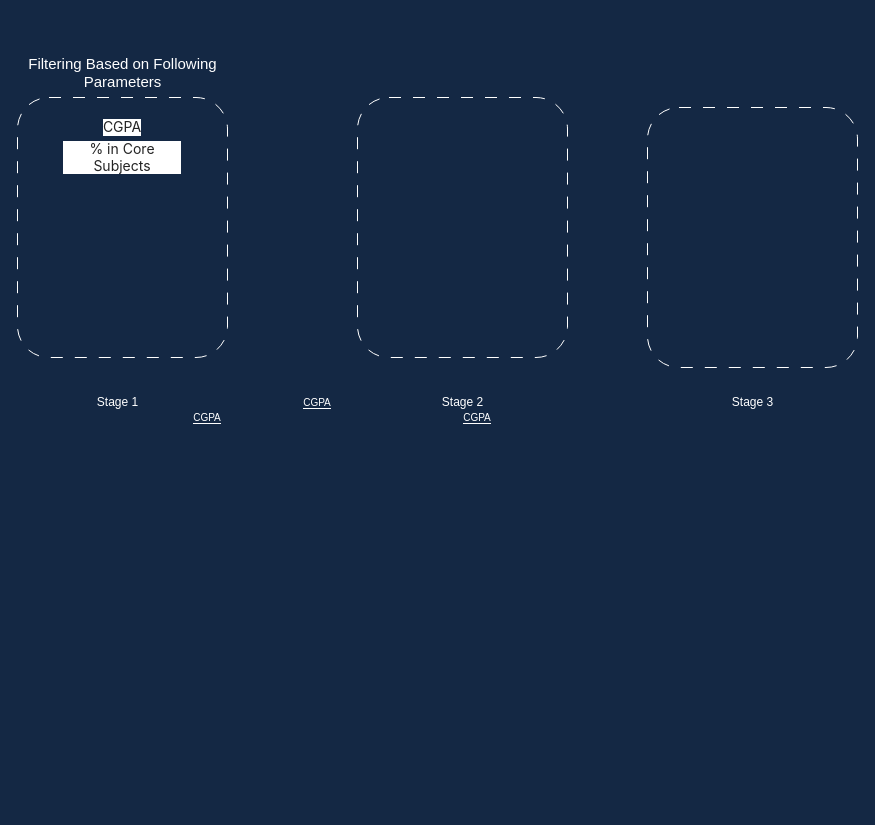
Before: Hiring.drawio in Ravikumar10593-hub/Draw.io, a draw.io diagram. Source tidied: cells renumbered, new cells numbered last; positions are measured from the earlier drawing's top-left corner, leaving out a move shared by most shapes. Both pictures are drawn from the tidied source at 100%, with x=0, y=0 at pixel (17, 47).
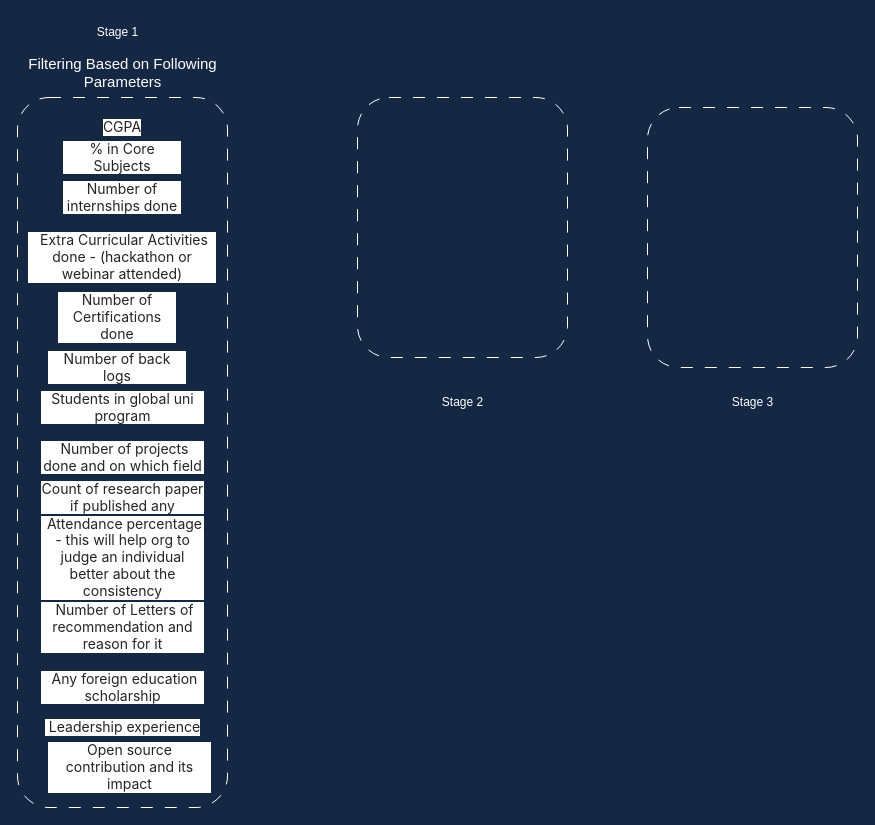
The same page after the edit.

What changed in the source:
```diff
@@
     <mxCell id="2" style="rounded=1;whiteSpace=wrap;html=1;fillColor=none;dashed=1;dashPattern=12 12;strokeColor=#FFFFFF;" parent="1" vertex="1">
-      <mxGeometry y="50" width="210" height="260" as="geometry" />
+      <mxGeometry y="50" width="210" height="710" as="geometry" />
     </mxCell>
@@
     <mxCell id="5" value="&lt;font color=&quot;#ffffff&quot;&gt;Stage 1&lt;/font&gt;" style="text;html=1;align=center;verticalAlign=middle;strokeColor=none;fillColor=none;" parent="1" vertex="1">
-      <mxGeometry x="70" y="340" width="60" height="30" as="geometry" />
+      <mxGeometry x="70" y="-30" width="60" height="30" as="geometry" />
     </mxCell>
@@
-    <mxCell id="10" value="&lt;span style=&quot;background-color: rgb(20, 40, 68);&quot;&gt;CGPA&lt;/span&gt;" style="rounded=1;whiteSpace=wrap;html=1;dashed=1;dashPattern=12 12;labelBackgroundColor=#FFFFFF;strokeColor=none;fontSize=10;fontColor=#FFFFFF;fillColor=none;" parent="1" vertex="1">
-      <mxGeometry x="240" y="325" width="120" height="60" as="geometry" />
-    </mxCell>
-    <mxCell id="11" value="&lt;span style=&quot;background-color: rgb(20, 40, 68);&quot;&gt;CGPA&lt;/span&gt;" style="rounded=1;whiteSpace=wrap;html=1;dashed=1;dashPattern=12 12;labelBackgroundColor=#FFFFFF;strokeColor=none;fontSize=10;fontColor=#FFFFFF;fillColor=none;" parent="1" vertex="1">
-      <mxGeometry x="400" y="340" width="120" height="60" as="geometry" />
-    </mxCell>
-    <mxCell id="12" value="&lt;span style=&quot;background-color: rgb(20, 40, 68);&quot;&gt;CGPA&lt;/span&gt;" style="rounded=1;whiteSpace=wrap;html=1;dashed=1;dashPattern=12 12;labelBackgroundColor=#FFFFFF;strokeColor=none;fontSize=10;fontColor=#FFFFFF;fillColor=none;" parent="1" vertex="1">
-      <mxGeometry x="130" y="340" width="120" height="60" as="geometry" />
-    </mxCell>
@@
+    <mxCell id="14" value="&lt;span style=&quot;color: rgb(36, 36, 36); font-family: -apple-system, BlinkMacSystemFont, &amp;quot;Segoe UI&amp;quot;, system-ui, &amp;quot;Apple Color Emoji&amp;quot;, &amp;quot;Segoe UI Emoji&amp;quot;, &amp;quot;Segoe UI Web&amp;quot;, sans-serif; font-size: 14px; text-align: start;&quot;&gt;Open source contribution and its impact&lt;/span&gt;" style="rounded=1;whiteSpace=wrap;html=1;dashed=1;dashPattern=12 12;labelBackgroundColor=#FFFFFF;strokeColor=none;fontSize=10;fontColor=#FFFFFF;fillColor=none;" parent="1" vertex="1">
+      <mxGeometry x="30" y="690" width="165" height="60" as="geometry" />
+    </mxCell>
+    <mxCell id="15" value="&lt;span style=&quot;text-align: start;&quot;&gt;&lt;font face=&quot;-apple-system, BlinkMacSystemFont, Segoe UI, system-ui, Apple Color Emoji, Segoe UI Emoji, Segoe UI Web, sans-serif&quot; color=&quot;#242424&quot;&gt;&lt;span style=&quot;font-size: 14px;&quot;&gt;&amp;nbsp;Extra Curricular&amp;nbsp;Activities done - (hackathon or webinar attended)&lt;/span&gt;&lt;/font&gt;&lt;/span&gt;" style="rounded=1;whiteSpace=wrap;html=1;dashed=1;dashPattern=12 12;labelBackgroundColor=#FFFFFF;strokeColor=none;fontSize=10;fontColor=#FFFFFF;fillColor=none;" parent="1" vertex="1">
+      <mxGeometry x="10" y="180" width="190" height="60" as="geometry" />
+    </mxCell>
+    <mxCell id="16" value="&lt;span style=&quot;color: rgb(36, 36, 36); font-family: -apple-system, BlinkMacSystemFont, &amp;quot;Segoe UI&amp;quot;, system-ui, &amp;quot;Apple Color Emoji&amp;quot;, &amp;quot;Segoe UI Emoji&amp;quot;, &amp;quot;Segoe UI Web&amp;quot;, sans-serif; font-size: 14px; text-align: start;&quot;&gt;Number of internships done&lt;/span&gt;" style="rounded=1;whiteSpace=wrap;html=1;dashed=1;dashPattern=12 12;labelBackgroundColor=#FFFFFF;strokeColor=none;fontSize=10;fontColor=#FFFFFF;fillColor=none;" parent="1" vertex="1">
+      <mxGeometry x="45" y="120" width="120" height="60" as="geometry" />
+    </mxCell>
+    <mxCell id="17" value="&lt;span style=&quot;color: rgb(36, 36, 36); font-family: -apple-system, BlinkMacSystemFont, &amp;quot;Segoe UI&amp;quot;, system-ui, &amp;quot;Apple Color Emoji&amp;quot;, &amp;quot;Segoe UI Emoji&amp;quot;, &amp;quot;Segoe UI Web&amp;quot;, sans-serif; font-size: 14px; text-align: start;&quot;&gt;Number of back logs&lt;/span&gt;" style="rounded=1;whiteSpace=wrap;html=1;dashed=1;dashPattern=12 12;labelBackgroundColor=#FFFFFF;strokeColor=none;fontSize=10;fontColor=#FFFFFF;fillColor=none;" parent="1" vertex="1">
+      <mxGeometry x="30" y="290" width="140" height="60" as="geometry" />
+    </mxCell>
+    <mxCell id="18" value="&lt;span style=&quot;color: rgb(36, 36, 36); font-family: -apple-system, BlinkMacSystemFont, &amp;quot;Segoe UI&amp;quot;, system-ui, &amp;quot;Apple Color Emoji&amp;quot;, &amp;quot;Segoe UI Emoji&amp;quot;, &amp;quot;Segoe UI Web&amp;quot;, sans-serif; font-size: 14px; text-align: start;&quot;&gt;Number of Certifications done&lt;/span&gt;" style="rounded=1;whiteSpace=wrap;html=1;dashed=1;dashPattern=12 12;labelBackgroundColor=#FFFFFF;strokeColor=none;fontSize=10;fontColor=#FFFFFF;fillColor=none;" parent="1" vertex="1">
+      <mxGeometry x="40" y="240" width="120" height="60" as="geometry" />
+    </mxCell>
+    <mxCell id="19" value="&lt;span style=&quot;color: rgb(36, 36, 36); font-family: -apple-system, BlinkMacSystemFont, &amp;quot;Segoe UI&amp;quot;, system-ui, &amp;quot;Apple Color Emoji&amp;quot;, &amp;quot;Segoe UI Emoji&amp;quot;, &amp;quot;Segoe UI Web&amp;quot;, sans-serif; font-size: 14px; text-align: start;&quot;&gt;&amp;nbsp;Leadership experience&lt;/span&gt;" style="rounded=1;whiteSpace=wrap;html=1;dashed=1;dashPattern=12 12;labelBackgroundColor=#FFFFFF;strokeColor=none;fontSize=10;fontColor=#FFFFFF;fillColor=none;" parent="1" vertex="1">
+      <mxGeometry x="22.5" y="650" width="165" height="60" as="geometry" />
+    </mxCell>
+    <mxCell id="20" value="&lt;span style=&quot;color: rgb(36, 36, 36); font-family: -apple-system, BlinkMacSystemFont, &amp;quot;Segoe UI&amp;quot;, system-ui, &amp;quot;Apple Color Emoji&amp;quot;, &amp;quot;Segoe UI Emoji&amp;quot;, &amp;quot;Segoe UI Web&amp;quot;, sans-serif; font-size: 14px; text-align: start;&quot;&gt;&amp;nbsp;Any foreign education scholarship&lt;/span&gt;" style="rounded=1;whiteSpace=wrap;html=1;dashed=1;dashPattern=12 12;labelBackgroundColor=#FFFFFF;strokeColor=none;fontSize=10;fontColor=#FFFFFF;fillColor=none;" parent="1" vertex="1">
+      <mxGeometry x="22.5" y="610" width="165" height="60" as="geometry" />
+    </mxCell>
+    <mxCell id="21" value="&lt;span style=&quot;color: rgb(36, 36, 36); font-family: -apple-system, BlinkMacSystemFont, &amp;quot;Segoe UI&amp;quot;, system-ui, &amp;quot;Apple Color Emoji&amp;quot;, &amp;quot;Segoe UI Emoji&amp;quot;, &amp;quot;Segoe UI Web&amp;quot;, sans-serif; font-size: 14px; text-align: start;&quot;&gt;&amp;nbsp;Number of Letters of recommendation and reason for it&lt;/span&gt;" style="rounded=1;whiteSpace=wrap;html=1;dashed=1;dashPattern=12 12;labelBackgroundColor=#FFFFFF;strokeColor=none;fontSize=10;fontColor=#FFFFFF;fillColor=none;" parent="1" vertex="1">
+      <mxGeometry x="22.5" y="550" width="165" height="60" as="geometry" />
+    </mxCell>
+    <mxCell id="22" value="&lt;span style=&quot;color: rgb(36, 36, 36); font-family: -apple-system, BlinkMacSystemFont, &amp;quot;Segoe UI&amp;quot;, system-ui, &amp;quot;Apple Color Emoji&amp;quot;, &amp;quot;Segoe UI Emoji&amp;quot;, &amp;quot;Segoe UI Web&amp;quot;, sans-serif; font-size: 14px; text-align: start;&quot;&gt;&amp;nbsp;Attendance percentage - this will help org to judge an individual better about the consistency&lt;/span&gt;" style="rounded=1;whiteSpace=wrap;html=1;dashed=1;dashPattern=12 12;labelBackgroundColor=#FFFFFF;strokeColor=none;fontSize=10;fontColor=#FFFFFF;fillColor=none;" parent="1" vertex="1">
+      <mxGeometry x="22.5" y="480" width="165" height="60" as="geometry" />
+    </mxCell>
+    <mxCell id="23" value="&lt;span style=&quot;color: rgb(36, 36, 36); font-family: -apple-system, BlinkMacSystemFont, &amp;quot;Segoe UI&amp;quot;, system-ui, &amp;quot;Apple Color Emoji&amp;quot;, &amp;quot;Segoe UI Emoji&amp;quot;, &amp;quot;Segoe UI Web&amp;quot;, sans-serif; font-size: 14px; text-align: start;&quot;&gt;Count of research paper if published any&lt;/span&gt;" style="rounded=1;whiteSpace=wrap;html=1;dashed=1;dashPattern=12 12;labelBackgroundColor=#FFFFFF;strokeColor=none;fontSize=10;fontColor=#FFFFFF;fillColor=none;" parent="1" vertex="1">
+      <mxGeometry x="22.5" y="420" width="165" height="60" as="geometry" />
+    </mxCell>
+    <mxCell id="24" value="&lt;span style=&quot;color: rgb(36, 36, 36); font-family: -apple-system, BlinkMacSystemFont, &amp;quot;Segoe UI&amp;quot;, system-ui, &amp;quot;Apple Color Emoji&amp;quot;, &amp;quot;Segoe UI Emoji&amp;quot;, &amp;quot;Segoe UI Web&amp;quot;, sans-serif; font-size: 14px; text-align: start;&quot;&gt;&amp;nbsp;Number of projects done and on which field&lt;/span&gt;" style="rounded=1;whiteSpace=wrap;html=1;dashed=1;dashPattern=12 12;labelBackgroundColor=#FFFFFF;strokeColor=none;fontSize=10;fontColor=#FFFFFF;fillColor=none;" parent="1" vertex="1">
+      <mxGeometry x="22.5" y="380" width="165" height="60" as="geometry" />
+    </mxCell>
+    <mxCell id="25" value="&lt;span style=&quot;color: rgb(36, 36, 36); font-family: -apple-system, BlinkMacSystemFont, &amp;quot;Segoe UI&amp;quot;, system-ui, &amp;quot;Apple Color Emoji&amp;quot;, &amp;quot;Segoe UI Emoji&amp;quot;, &amp;quot;Segoe UI Web&amp;quot;, sans-serif; font-size: 14px; text-align: start;&quot;&gt;Students in global uni program&lt;/span&gt;" style="rounded=1;whiteSpace=wrap;html=1;dashed=1;dashPattern=12 12;labelBackgroundColor=#FFFFFF;strokeColor=none;fontSize=10;fontColor=#FFFFFF;fillColor=none;" parent="1" vertex="1">
+      <mxGeometry x="22.5" y="330" width="165" height="60" as="geometry" />
+    </mxCell>
```
